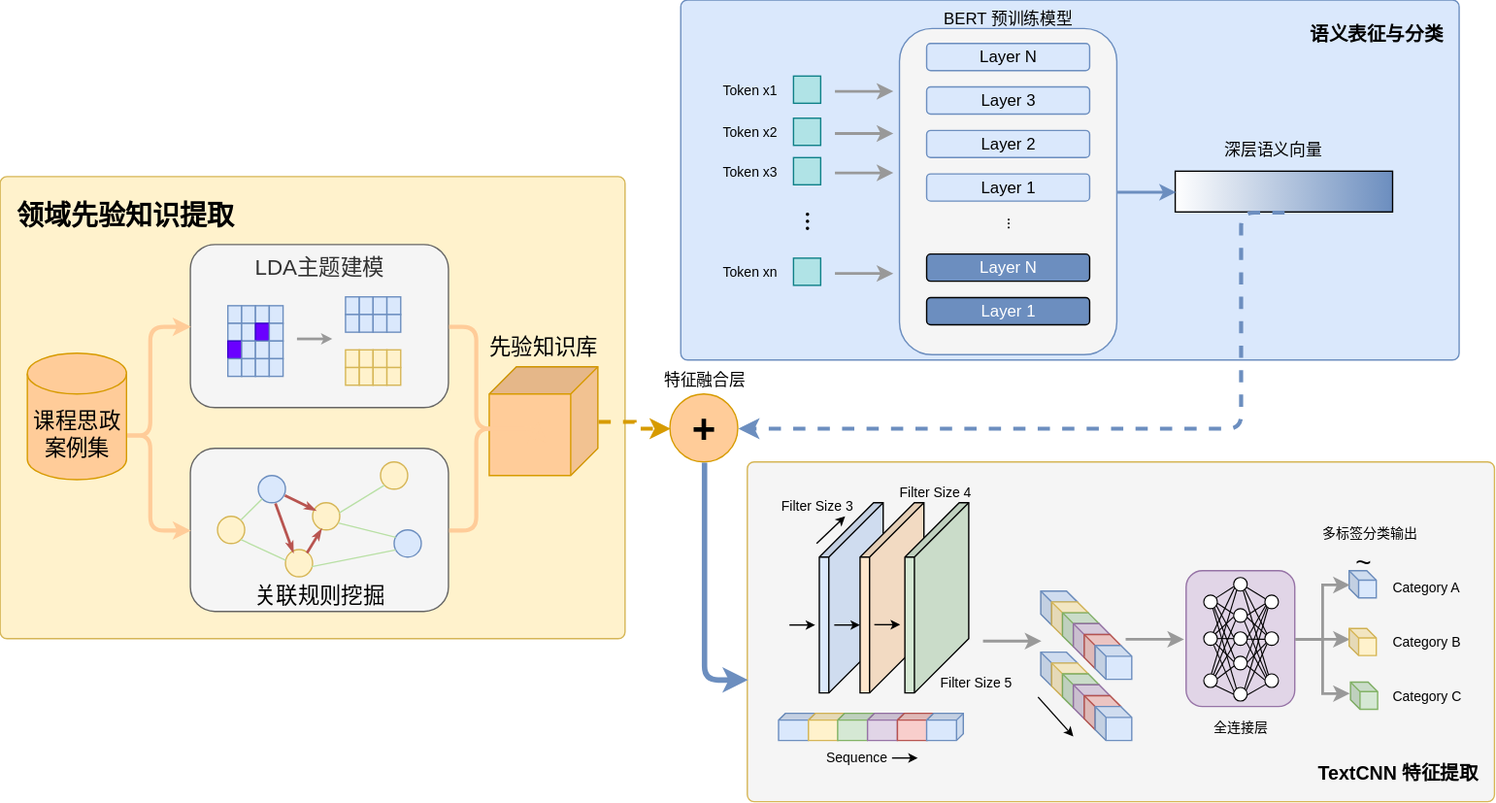
Above: 1.16小论文（思政元素）模型架构图.drawio.svg in handsome-tony/picture (draw.io), before the change. Source tidied: cells renumbered, new cells last; positions are measured from the earlier drawing's top-left corner, leaving out a move shared by most shapes.
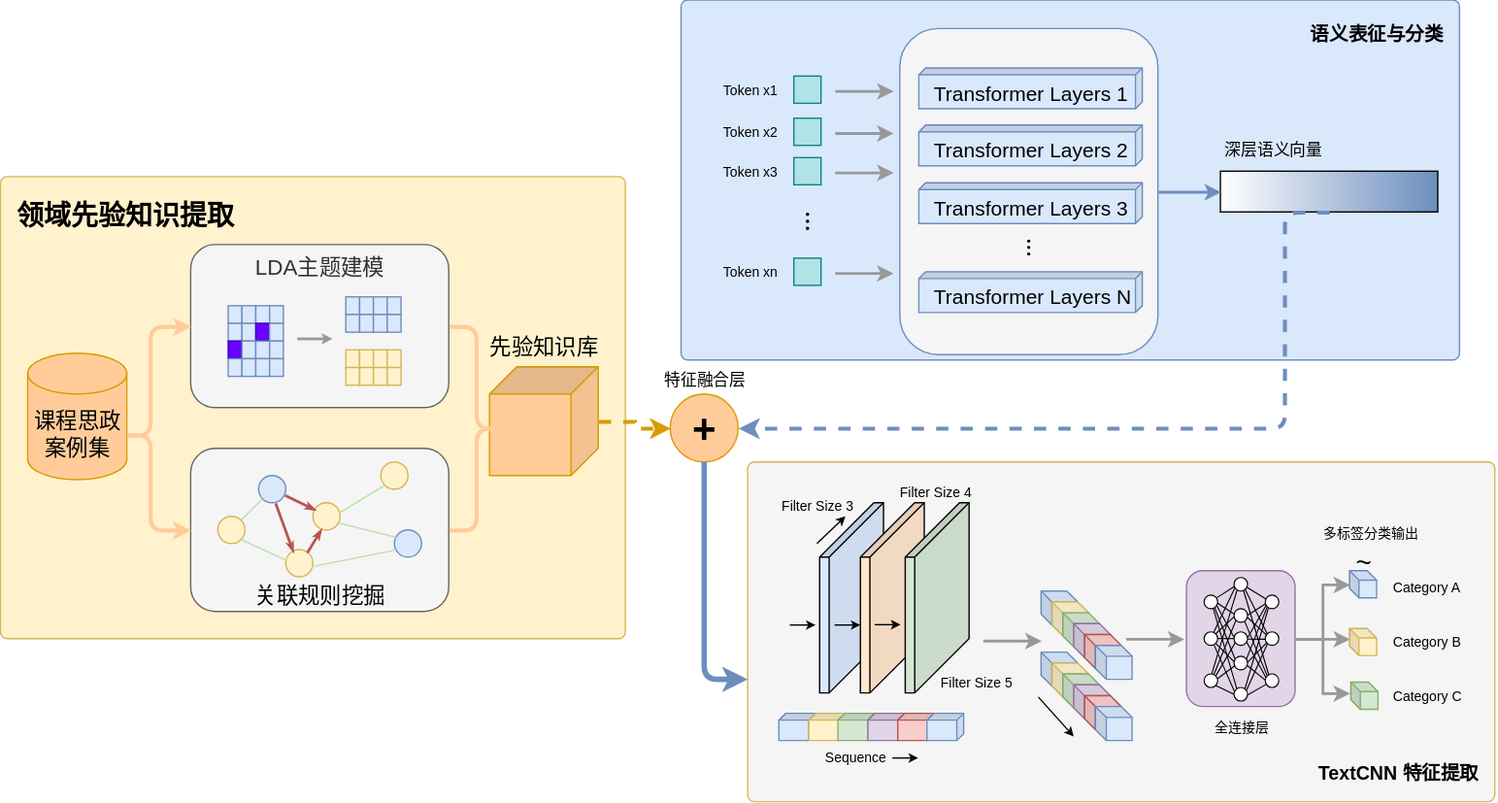
After the commit.

Commit message:
更新1.16小论文（思政元素）模型架构图.drawio.svg

The edit, as a diff of the source:
```diff
@@ -166,34 +166,40 @@
       <mxGeometry x="514" y="56" width="60" height="20" as="geometry" />
     </mxCell>
     <mxCell id="48" value="BERT Layers" style="group;" parent="1" vertex="1">
-      <mxGeometry x="662" y="30" width="160" height="230" as="geometry" />
+      <mxGeometry x="662" y="30" width="200.5" height="231" as="geometry" />
     </mxCell>
     <mxCell id="49" style="rounded=1;whiteSpace=wrap;html=1;fillColor=#f5f5f5;strokeColor=#6C8EBF;" parent="48" vertex="1">
-      <mxGeometry y="-9" width="160" height="240" as="geometry" />
+      <mxGeometry y="-9" width="190" height="240" as="geometry" />
     </mxCell>
-    <mxCell id="50" value="Layer N" style="rounded=1;whiteSpace=wrap;html=1;fillColor=#dae8fc;strokeColor=#6c8ebf;" parent="48" vertex="1">
-      <mxGeometry x="20" y="2" width="120" height="20" as="geometry" />
-    </mxCell>
-    <mxCell id="51" value="Layer 3" style="rounded=1;whiteSpace=wrap;html=1;fillColor=#dae8fc;strokeColor=#6c8ebf;" parent="48" vertex="1">
-      <mxGeometry x="20" y="34" width="120" height="20" as="geometry" />
-    </mxCell>
-    <mxCell id="52" value="Layer 2" style="rounded=1;whiteSpace=wrap;html=1;fillColor=#dae8fc;strokeColor=#6c8ebf;" parent="48" vertex="1">
-      <mxGeometry x="20" y="66" width="120" height="20" as="geometry" />
-    </mxCell>
-    <mxCell id="53" value="Layer 1" style="rounded=1;whiteSpace=wrap;html=1;fillColor=#dae8fc;strokeColor=#6c8ebf;" parent="48" vertex="1">
-      <mxGeometry x="20" y="98" width="120" height="20" as="geometry" />
-    </mxCell>
-    <mxCell id="54" value="Layer N" style="rounded=1;whiteSpace=wrap;html=1;fillColor=#6c8ebf;strokeColor=#000000;fontColor=#ffffff;" parent="48" vertex="1">
-      <mxGeometry x="20" y="157" width="120" height="20" as="geometry" />
-    </mxCell>
-    <mxCell id="55" value="Layer 1" style="rounded=1;whiteSpace=wrap;html=1;fillColor=#6c8ebf;strokeColor=#000000;fontColor=#ffffff;" parent="48" vertex="1">
-      <mxGeometry x="20" y="189" width="120" height="20" as="geometry" />
-    </mxCell>
-    <mxCell id="56" value="&lt;font face=&quot;Times New Roman&quot;&gt;...&lt;/font&gt;" style="text;html=1;whiteSpace=wrap;strokeColor=none;fillColor=none;align=center;verticalAlign=middle;rounded=0;textDirection=vertical-lr;" parent="48" vertex="1">
-      <mxGeometry x="74.5" y="130" width="17" height="9" as="geometry" />
+    <mxCell id="56" value="&lt;font face=&quot;Times New Roman&quot; style=&quot;font-size: 19px;&quot;&gt;...&lt;/font&gt;" style="text;html=1;whiteSpace=wrap;strokeColor=none;fillColor=none;align=center;verticalAlign=middle;rounded=0;textDirection=vertical-lr;" parent="48" vertex="1">
+      <mxGeometry x="89.5" y="148" width="18.9" height="9" as="geometry" />
     </mxCell>
+    <mxCell id="179" style="shape=cube;whiteSpace=wrap;html=1;boundedLbl=1;backgroundOutline=1;darkOpacity=0.05;darkOpacity2=0.1;size=5;fillColor=#dae8fc;direction=south;strokeColor=#6c8ebf;" parent="48" vertex="1">
+      <mxGeometry x="14" y="20" width="164.5" height="30" as="geometry" />
+    </mxCell>
+    <mxCell id="180" value="&lt;span style=&quot;color: rgb(0, 0, 0); font-family: Helvetica; font-size: 15px; font-style: normal; font-variant-ligatures: normal; font-variant-caps: normal; font-weight: 400; letter-spacing: normal; orphans: 2; text-align: center; text-indent: 0px; text-transform: none; widows: 2; word-spacing: 0px; -webkit-text-stroke-width: 0px; white-space: normal; text-decoration-thickness: initial; text-decoration-style: initial; text-decoration-color: initial; float: none; display: inline !important;&quot;&gt;Transformer Layers 1&lt;/span&gt;" style="text;whiteSpace=wrap;html=1;labelBackgroundColor=none;" parent="48" vertex="1">
+      <mxGeometry x="22.5" y="23" width="164" height="20" as="geometry" />
+    </mxCell>
+    <mxCell id="181" style="shape=cube;whiteSpace=wrap;html=1;boundedLbl=1;backgroundOutline=1;darkOpacity=0.05;darkOpacity2=0.1;size=5;fillColor=#dae8fc;direction=south;strokeColor=#6c8ebf;" parent="48" vertex="1">
+      <mxGeometry x="14" y="62" width="164.5" height="30" as="geometry" />
+    </mxCell>
+    <mxCell id="182" value="&lt;span style=&quot;color: rgb(0, 0, 0); font-family: Helvetica; font-size: 15px; font-style: normal; font-variant-ligatures: normal; font-variant-caps: normal; font-weight: 400; letter-spacing: normal; orphans: 2; text-align: center; text-indent: 0px; text-transform: none; widows: 2; word-spacing: 0px; -webkit-text-stroke-width: 0px; white-space: normal; text-decoration-thickness: initial; text-decoration-style: initial; text-decoration-color: initial; float: none; display: inline !important;&quot;&gt;Transformer Layers 2&lt;/span&gt;" style="text;whiteSpace=wrap;html=1;labelBackgroundColor=none;" parent="48" vertex="1">
+      <mxGeometry x="22.5" y="65" width="164" height="20" as="geometry" />
+    </mxCell>
+    <mxCell id="183" style="shape=cube;whiteSpace=wrap;html=1;boundedLbl=1;backgroundOutline=1;darkOpacity=0.05;darkOpacity2=0.1;size=5;fillColor=#dae8fc;direction=south;strokeColor=#6c8ebf;" parent="48" vertex="1">
+      <mxGeometry x="14" y="104.5" width="164.5" height="30" as="geometry" />
+    </mxCell>
+    <mxCell id="184" value="&lt;span style=&quot;color: rgb(0, 0, 0); font-family: Helvetica; font-size: 15px; font-style: normal; font-variant-ligatures: normal; font-variant-caps: normal; font-weight: 400; letter-spacing: normal; orphans: 2; text-align: center; text-indent: 0px; text-transform: none; widows: 2; word-spacing: 0px; -webkit-text-stroke-width: 0px; white-space: normal; text-decoration-thickness: initial; text-decoration-style: initial; text-decoration-color: initial; float: none; display: inline !important;&quot;&gt;Transformer Layers 3&lt;/span&gt;" style="text;whiteSpace=wrap;html=1;labelBackgroundColor=none;" parent="48" vertex="1">
+      <mxGeometry x="22.5" y="107.5" width="164" height="20" as="geometry" />
+    </mxCell>
+    <mxCell id="185" style="shape=cube;whiteSpace=wrap;html=1;boundedLbl=1;backgroundOutline=1;darkOpacity=0.05;darkOpacity2=0.1;size=5;fillColor=#dae8fc;direction=south;strokeColor=#6c8ebf;" parent="48" vertex="1">
+      <mxGeometry x="14" y="170" width="164.5" height="30" as="geometry" />
+    </mxCell>
+    <mxCell id="186" value="&lt;span style=&quot;color: rgb(0, 0, 0); font-family: Helvetica; font-size: 15px; font-style: normal; font-variant-ligatures: normal; font-variant-caps: normal; font-weight: 400; letter-spacing: normal; orphans: 2; text-align: center; text-indent: 0px; text-transform: none; widows: 2; word-spacing: 0px; -webkit-text-stroke-width: 0px; white-space: normal; text-decoration-thickness: initial; text-decoration-style: initial; text-decoration-color: initial; float: none; display: inline !important;&quot;&gt;Transformer Layers N&lt;/span&gt;" style="text;whiteSpace=wrap;html=1;labelBackgroundColor=none;" parent="48" vertex="1">
+      <mxGeometry x="22.5" y="173" width="164" height="20" as="geometry" />
+    </mxCell>
     <mxCell id="57" style="rounded=0;whiteSpace=wrap;html=1;fillColor=default;gradientColor=#6c8ebf;gradientDirection=east;" parent="1" vertex="1">
-      <mxGeometry x="865" y="126" width="160" height="30" as="geometry" />
+      <mxGeometry x="898" y="126" width="160" height="30" as="geometry" />
     </mxCell>
     <mxCell id="58" value="深层语义向量" style="text;html=1;strokeColor=none;fillColor=none;align=center;verticalAlign=middle;whiteSpace=wrap;rounded=0;" parent="1" vertex="1">
       <mxGeometry x="857" y="100" width="160" height="20" as="geometry" />
@@ -216,7 +222,7 @@
     <mxCell id="64" style="edgeStyle=orthogonalEdgeStyle;rounded=1;jettySize=auto;html=1;entryX=1;entryY=0.5;entryDx=0;entryDy=0;strokeColor=#6c8ebf;strokeWidth=3;dashed=1;exitX=0.5;exitY=1;exitDx=0;exitDy=0;" parent="1" edge="1" source="57" target="61">
       <mxGeometry relative="1" as="geometry">
         <Array as="points">
-          <mxPoint x="913" y="315" />
+          <mxPoint x="945" y="315" />
         </Array>
       </mxGeometry>
     </mxCell>
@@ -539,9 +545,6 @@
         <mxPoint x="790" y="542" as="targetPoint" />
       </mxGeometry>
     </mxCell>
-    <mxCell id="152" value="&lt;span style=&quot;font-family: Helvetica; font-size: 12px; font-style: normal; font-variant-ligatures: normal; font-variant-caps: normal; font-weight: 400; letter-spacing: normal; orphans: 2; text-indent: 0px; text-transform: none; widows: 2; word-spacing: 0px; -webkit-text-stroke-width: 0px; white-space: nowrap; text-decoration-thickness: initial; text-decoration-style: initial; text-decoration-color: initial; float: none; display: inline !important;&quot;&gt;BERT 预训练模型&lt;/span&gt;" style="text;whiteSpace=wrap;html=1;fillColor=none;align=center;fontColor=default;labelBackgroundColor=none;" parent="1" vertex="1">
-      <mxGeometry x="677" width="130" height="30" as="geometry" />
-    </mxCell>
     <mxCell id="153" style="edgeStyle=orthogonalEdgeStyle;rounded=0;orthogonalLoop=1;jettySize=auto;html=1;strokeColor=#999999;strokeWidth=2;" parent="1" edge="1">
       <mxGeometry relative="1" as="geometry">
         <mxPoint x="723" y="471.3" as="sourcePoint" />
```
